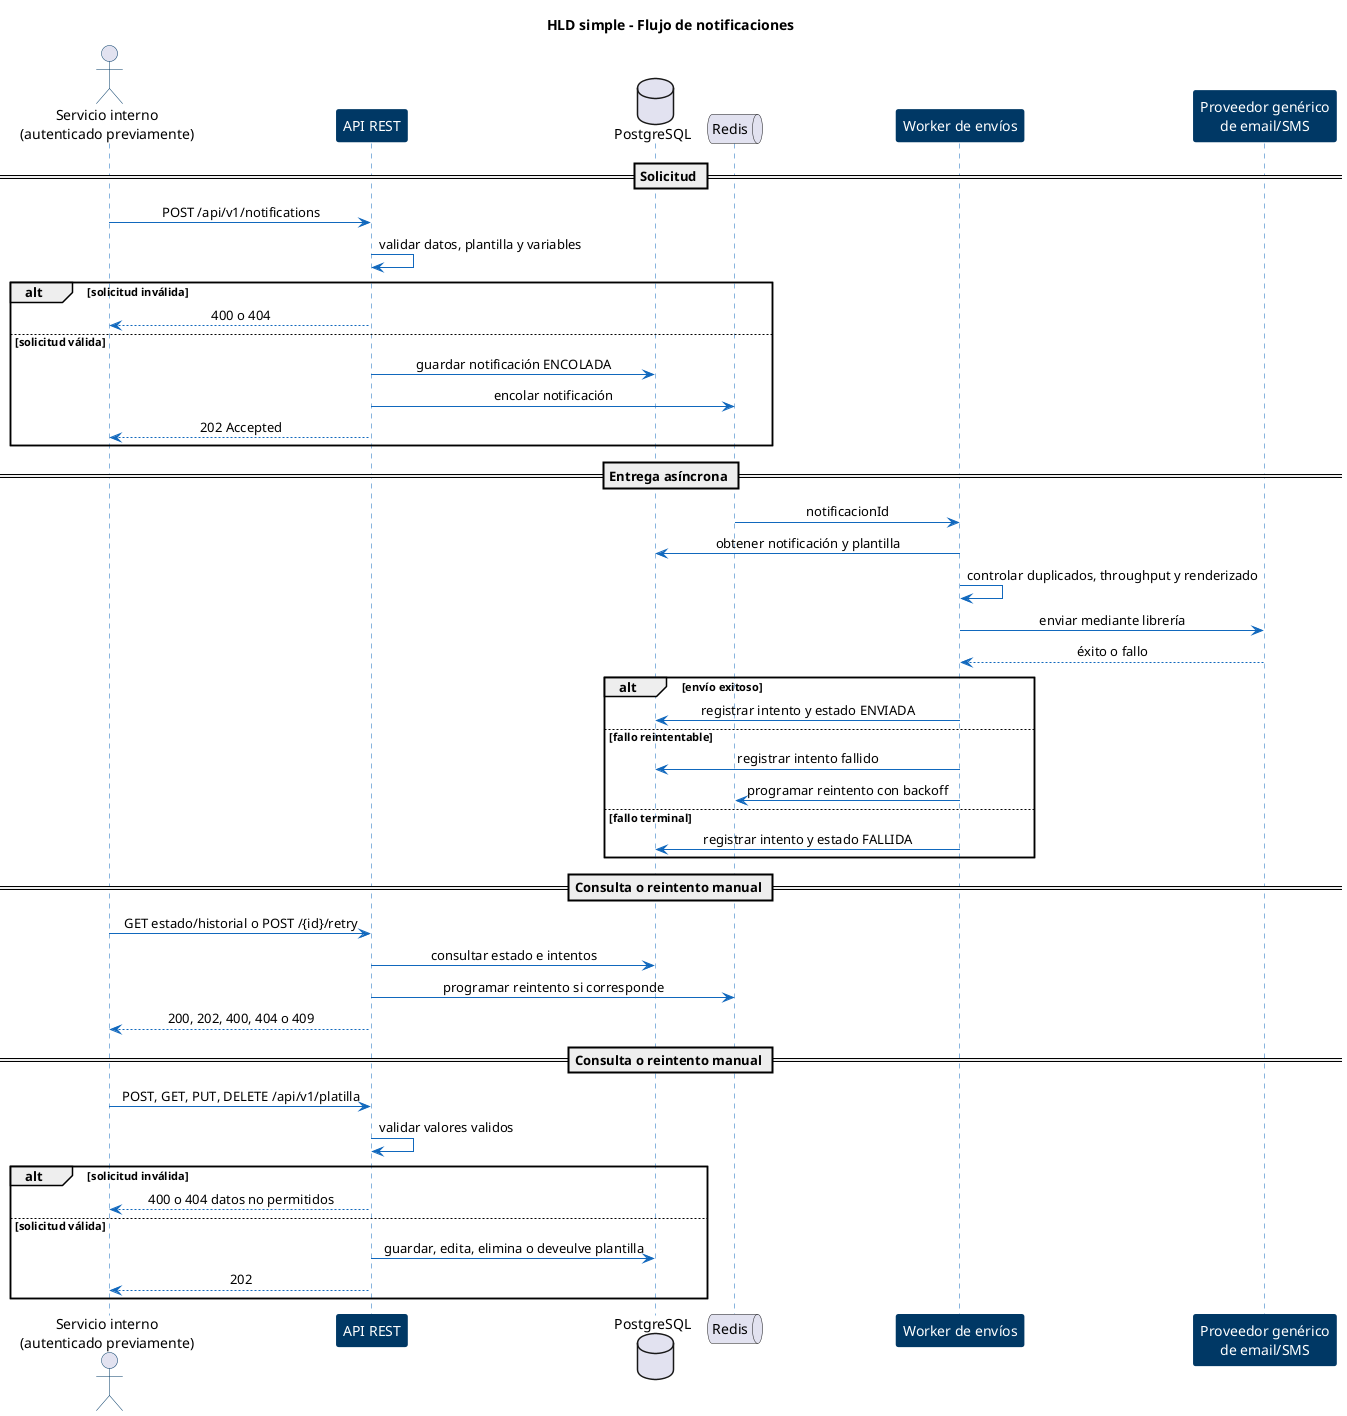
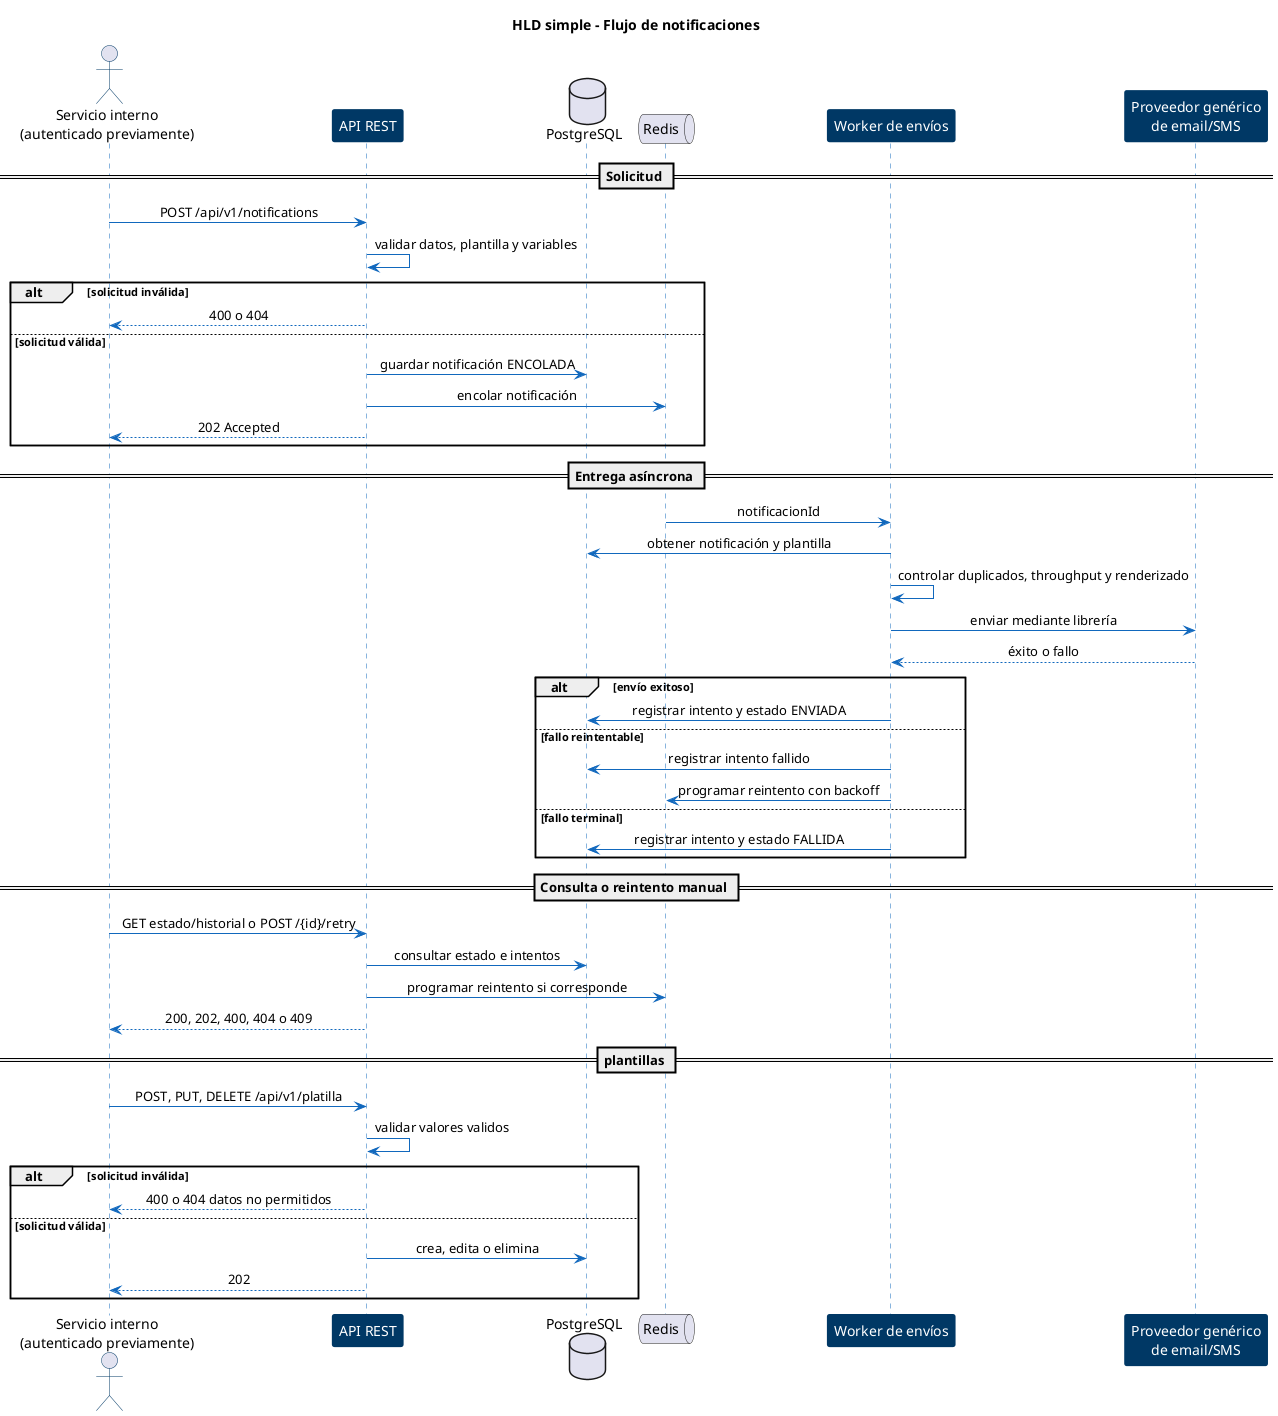
@startuml notificaciones-05-hld-secuencia
skinparam backgroundColor #FFFFFF
skinparam shadowing false
skinparam sequenceMessageAlign center
skinparam sequence {
    ArrowColor #1168BD
    LifeLineBorderColor #1168BD
    ParticipantBorderColor #003865
    ParticipantBackgroundColor #003865
    ParticipantFontColor #FFFFFF
    ActorBorderColor #003865
}

title HLD simple - Flujo de notificaciones

actor "Servicio interno\n(autenticado previamente)" as emisor
participant "API REST" as api
database "PostgreSQL" as db
queue "Redis" as redis
participant "Worker de envíos" as worker
participant "Proveedor genérico\nde email/SMS" as proveedor

== Solicitud ==
emisor -> api : POST /api/v1/notifications
api -> api : validar datos, plantilla y variables

alt solicitud inválida
    api --> emisor : 400 o 404
else solicitud válida
    api -> db : guardar notificación ENCOLADA
    api -> redis : encolar notificación
    api --> emisor : 202 Accepted
end

== Entrega asíncrona ==
redis -> worker : notificacionId
worker -> db : obtener notificación y plantilla
worker -> worker : controlar duplicados, throughput y renderizado
worker -> proveedor : enviar mediante librería
proveedor --> worker : éxito o fallo

alt envío exitoso
    worker -> db : registrar intento y estado ENVIADA
else fallo reintentable
    worker -> db : registrar intento fallido
    worker -> redis : programar reintento con backoff
else fallo terminal
    worker -> db : registrar intento y estado FALLIDA
end

== Consulta o reintento manual ==
emisor -> api : GET estado/historial o POST /{id}/retry
api -> db : consultar estado e intentos
api -> redis : programar reintento si corresponde
api --> emisor : 200, 202, 400, 404 o 409



- == Consulta o reintento manual ==
- emisor -> api : POST, GET, PUT, DELETE /api/v1/platilla
+ == plantillas ==
+ emisor -> api : POST, PUT, DELETE /api/v1/platilla
api -> api : validar valores validos

    alt solicitud inválida
        api --> emisor : 400 o 404 datos no permitidos
    else solicitud válida
-         api -> db : guardar, edita, elimina o deveulve plantilla
+         api -> db : crea, edita o elimina
        api --> emisor : 202
    end

@enduml
